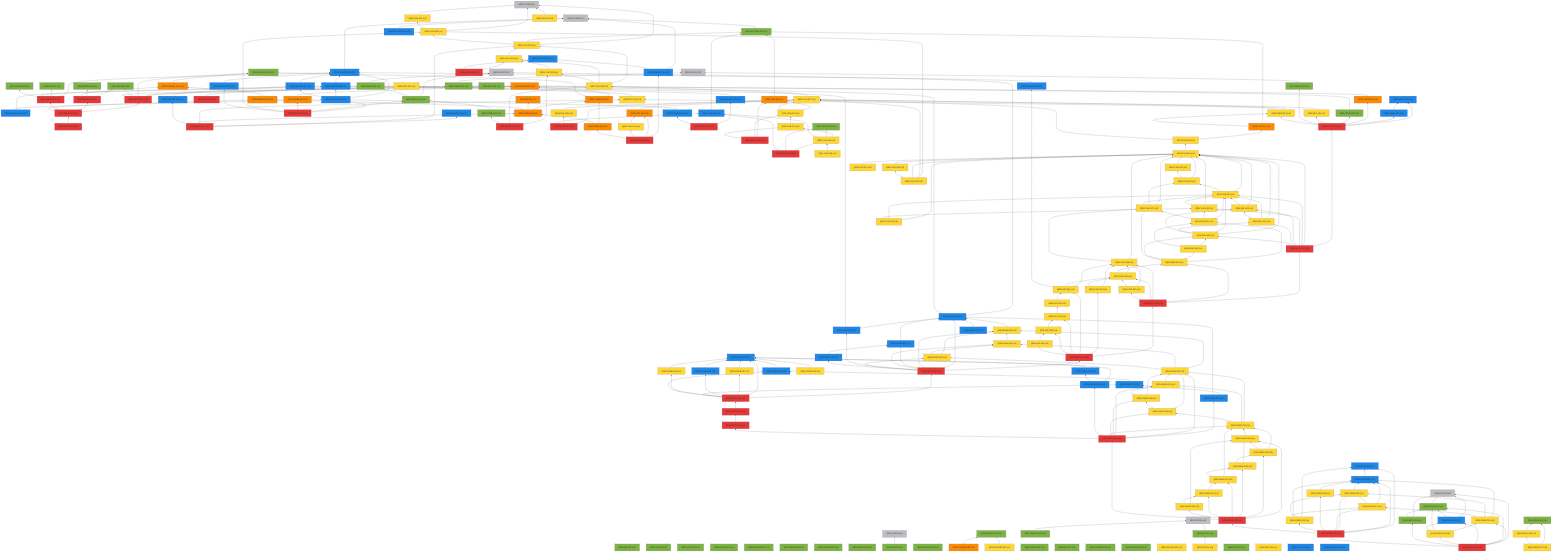
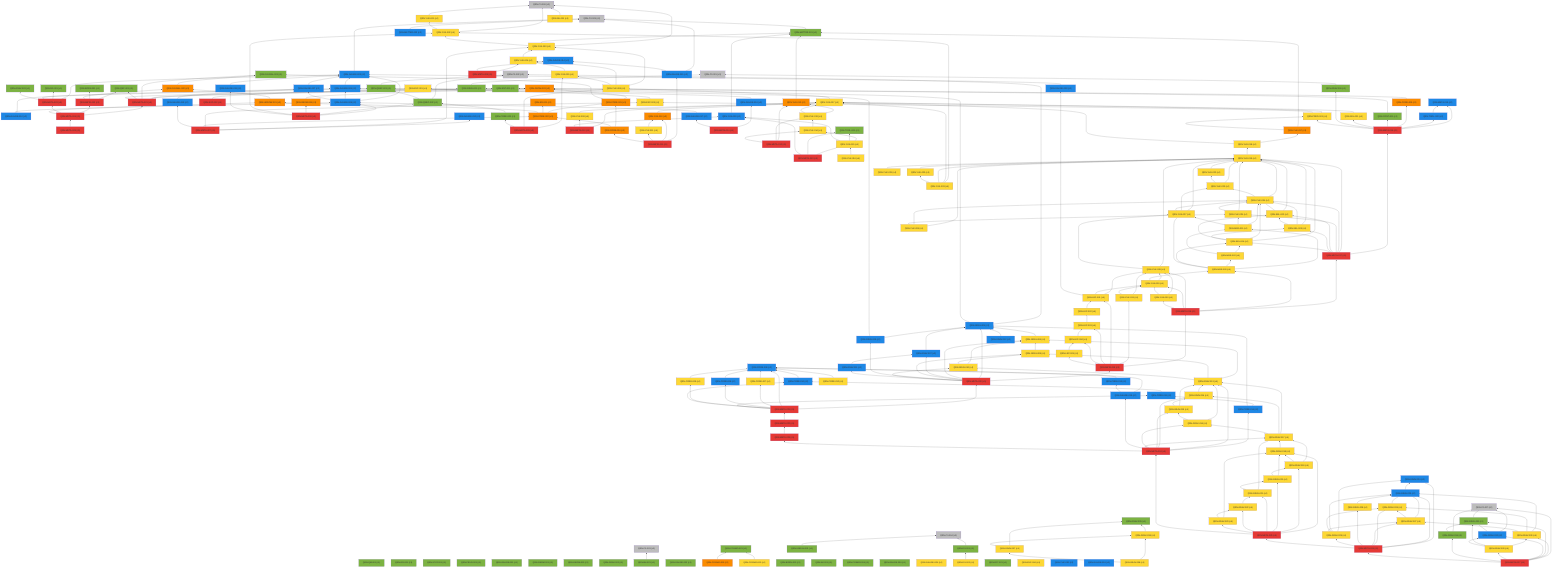
%% 自動生成 (dag/report.pl) — QRN 主張依存グラフ
graph BT
  QRN_C0_001["QRN-C0-001 (c0)"]:::c0
  QRN_C0_002["QRN-C0-002 (c0)"]:::c0
  QRN_C0_003["QRN-C0-003 (c0)"]:::c0
  QRN_C0_004["QRN-C0-004 (c0)"]:::c0
  QRN_C0_005["QRN-C0-005 (c0)"]:::c0
  QRN_C0_006["QRN-C0-006 (c0)"]:::c0
  QRN_QM_001["QRN-QM-001 (c1)"]:::c1
  QRN_GR_001["QRN-GR-001 (c1)"]:::c1
  QRN_STAT_001["QRN-STAT-001 (c1)"]:::c1
  QRN_FIELD_001["QRN-FIELD-001 (c1)"]:::c1
  QRN_GAUGE_001["QRN-GAUGE-001 (c1)"]:::c1
  QRN_ENT_001["QRN-ENT-001 (c1)"]:::c1
  QRN_GEOM_001["QRN-GEOM-001 (c1)"]:::c1
  QRN_GEOM_002["QRN-GEOM-002 (c1)"]:::c1
  QRN_GEOM_003["QRN-GEOM-003 (c3)"]:::c3
  QRN_GRAV_001["QRN-GRAV-001 (c1)"]:::c1
  QRN_GRAV_002["QRN-GRAV-002 (c1)"]:::c1
  QRN_BH_001["QRN-BH-001 (c1)"]:::c1
  QRN_CAUSAL_001["QRN-CAUSAL-001 (c1)"]:::c1
  QRN_CAUSAL_002["QRN-CAUSAL-002 (c3)"]:::c3
  QRN_ER_001["QRN-ER-001 (c3)"]:::c3
  QRN_QEC_001["QRN-QEC-001 (c1)"]:::c1
  QRN_GAUGE_002["QRN-GAUGE-002 (c1)"]:::c1
  QRN_COSMO_001["QRN-COSMO-001 (c1)"]:::c1
  QRN_COSMO_002["QRN-COSMO-002 (c4)"]:::c4
  QRN_COSMO_003["QRN-COSMO-003 (c3)"]:::c3
  QRN_BORN_001["QRN-BORN-001 (c1)"]:::c1
  QRN_BORN_002["QRN-BORN-002 (c1)"]:::c1
  QRN_GRAV_003["QRN-GRAV-003 (c1)"]:::c1
  QRN_KK_001["QRN-KK-001 (c1)"]:::c1
  QRN_MATTER_001["QRN-MATTER-001 (c1)"]:::c1
  QRN_MATTER_002["QRN-MATTER-002 (c2)"]:::c2
  QRN_COSMO_004["QRN-COSMO-004 (c1)"]:::c1
  QRN_EXP_001["QRN-EXP-001 (c4)"]:::c4
  QRN_GAUGE_003["QRN-GAUGE-003 (c2)"]:::c2
  QRN_GAUGE_004["QRN-GAUGE-004 (c1)"]:::c1
  QRN_GAUGE_005["QRN-GAUGE-005 (c4)"]:::c4
  QRN_YUK_001["QRN-YUK-001 (c4)"]:::c4
  QRN_RG_001["QRN-RG-001 (c1)"]:::c1
  QRN_UNRUH_001["QRN-UNRUH-001 (c1)"]:::c1
  QRN_QNEC_001["QRN-QNEC-001 (c1)"]:::c1
  QRN_NU_001["QRN-NU-001 (c4)"]:::c4
  QRN_GAUGE_006["QRN-GAUGE-006 (c2)"]:::c2
  QRN_DS_001["QRN-DS-001 (c1)"]:::c1
  QRN_DS_002["QRN-DS-002 (c4)"]:::c4
  QRN_ARROW_001["QRN-ARROW-001 (c3)"]:::c3
  QRN_GAUGE_007["QRN-GAUGE-007 (c2)"]:::c2
  QRN_EFT_001["QRN-EFT-001 (c1)"]:::c1
  QRN_GAUGE_008["QRN-GAUGE-008 (c2)"]:::c2
  QRN_GAUGE_009["QRN-GAUGE-009 (c2)"]:::c2
  QRN_GAUGE_010["QRN-GAUGE-010 (c2)"]:::c2
  QRN_QNEC_002["QRN-QNEC-002 (c1)"]:::c1
  QRN_GEOM_004["QRN-GEOM-004 (c3)"]:::c3
  QRN_YUK_002["QRN-YUK-002 (c4)"]:::c4
  QRN_EXP_002["QRN-EXP-002 (c5)"]:::c5
  QRN_CORE_001["QRN-CORE-001 (c3)"]:::c3
  QRN_GAUGE_011["QRN-GAUGE-011 (c2)"]:::c2
  QRN_GAUGE_012["QRN-GAUGE-012 (c2)"]:::c2
  QRN_YUK_003["QRN-YUK-003 (c4)"]:::c4
  QRN_EXP_003["QRN-EXP-003 (c4)"]:::c4
  QRN_CORE_002["QRN-CORE-002 (c3)"]:::c3
  QRN_GAUGE_013["QRN-GAUGE-013 (c2)"]:::c2
  QRN_YUK_004["QRN-YUK-004 (c4)"]:::c4
  QRN_GAUGE_014["QRN-GAUGE-014 (c2)"]:::c2
  QRN_META_001["QRN-META-001 (c5)"]:::c5
  QRN_META_002["QRN-META-002 (c5)"]:::c5
  QRN_META_003["QRN-META-003 (c5)"]:::c5
  QRN_META_004["QRN-META-004 (c5)"]:::c5
  QRN_META_005["QRN-META-005 (c5)"]:::c5
  QRN_META_006["QRN-META-006 (c5)"]:::c5
  QRN_META_007["QRN-META-007 (c5)"]:::c5
  QRN_META_008["QRN-META-008 (c5)"]:::c5
  QRN_YUK_005["QRN-YUK-005 (c4)"]:::c4
  QRN_YUK_006["QRN-YUK-006 (c4)"]:::c4
  QRN_CORE_003["QRN-CORE-003 (c1)"]:::c1
  QRN_META_009["QRN-META-009 (c5)"]:::c5
  QRN_YUK_007["QRN-YUK-007 (c4)"]:::c4
  QRN_YUK_008["QRN-YUK-008 (c4)"]:::c4
  QRN_YUK_009["QRN-YUK-009 (c2)"]:::c2
  QRN_META_010["QRN-META-010 (c5)"]:::c5
  QRN_GAUGE_015["QRN-GAUGE-015 (c2)"]:::c2
  QRN_YUK_010["QRN-YUK-010 (c3)"]:::c3
  QRN_YUK_011["QRN-YUK-011 (c4)"]:::c4
  QRN_CORE_004["QRN-CORE-004 (c3)"]:::c3
  QRN_META_011["QRN-META-011 (c5)"]:::c5
  QRN_YUK_012["QRN-YUK-012 (c3)"]:::c3
  QRN_YUK_013["QRN-YUK-013 (c4)"]:::c4
  QRN_YUK_014["QRN-YUK-014 (c4)"]:::c4
  QRN_META_012["QRN-META-012 (c5)"]:::c5
  QRN_TOOL_001["QRN-TOOL-001 (c1)"]:::c1
  QRN_YUK_015["QRN-YUK-015 (c4)"]:::c4
  QRN_META_013["QRN-META-013 (c5)"]:::c5
  QRN_GAUGE_016["QRN-GAUGE-016 (c2)"]:::c2
  QRN_GAUGE_017["QRN-GAUGE-017 (c2)"]:::c2
  QRN_META_014["QRN-META-014 (c5)"]:::c5
  QRN_META_015["QRN-META-015 (c2)"]:::c2
  QRN_TOOL_002["QRN-TOOL-002 (c2)"]:::c2
  QRN_CORE_005["QRN-CORE-005 (c3)"]:::c3
  QRN_CONT_001["QRN-CONT-001 (c1)"]:::c1
  QRN_SEL_001["QRN-SEL-001 (c4)"]:::c4
  QRN_GRAV_004["QRN-GRAV-004 (c1)"]:::c1
  QRN_PRED_001["QRN-PRED-001 (c4)"]:::c4
  QRN_META_016["QRN-META-016 (c5)"]:::c5
  QRN_YUK_016["QRN-YUK-016 (c4)"]:::c4
  QRN_YUK_017["QRN-YUK-017 (c3)"]:::c3
  QRN_YUK_018["QRN-YUK-018 (c4)"]:::c4
  QRN_YUK_019["QRN-YUK-019 (c4)"]:::c4
  QRN_YUK_020["QRN-YUK-020 (c4)"]:::c4
  QRN_YUK_021["QRN-YUK-021 (c4)"]:::c4
  QRN_YUK_022["QRN-YUK-022 (c4)"]:::c4
  QRN_YUK_023["QRN-YUK-023 (c4)"]:::c4
  QRN_YUK_024["QRN-YUK-024 (c4)"]:::c4
  QRN_YUK_025["QRN-YUK-025 (c4)"]:::c4
  QRN_SEL_002["QRN-SEL-002 (c4)"]:::c4
  QRN_SEL_003["QRN-SEL-003 (c4)"]:::c4
  QRN_SEL_004["QRN-SEL-004 (c4)"]:::c4
  QRN_META_017["QRN-META-017 (c5)"]:::c5
  QRN_YUK_026["QRN-YUK-026 (c4)"]:::c4
  QRN_YUK_027["QRN-YUK-027 (c4)"]:::c4
  QRN_MSR_001["QRN-MSR-001 (c4)"]:::c4
  QRN_MSR_002["QRN-MSR-002 (c4)"]:::c4
  QRN_MSR_003["QRN-MSR-003 (c4)"]:::c4
  QRN_YUK_028["QRN-YUK-028 (c4)"]:::c4
  QRN_YUK_029["QRN-YUK-029 (c4)"]:::c4
  QRN_YUK_030["QRN-YUK-030 (c4)"]:::c4
  QRN_META_018["QRN-META-018 (c5)"]:::c5
  QRN_YUK_031["QRN-YUK-031 (c4)"]:::c4
  QRN_LEP_001["QRN-LEP-001 (c4)"]:::c4
  QRN_LEP_002["QRN-LEP-002 (c4)"]:::c4
  QRN_LEP_003["QRN-LEP-003 (c4)"]:::c4
  QRN_LEP_004["QRN-LEP-004 (c4)"]:::c4
  QRN_LEP_005["QRN-LEP-005 (c4)"]:::c4
  QRN_META_019["QRN-META-019 (c5)"]:::c5
  QRN_GRAV_005["QRN-GRAV-005 (c2)"]:::c2
  QRN_GRAV_006["QRN-GRAV-006 (c4)"]:::c4
  QRN_GRAV_007["QRN-GRAV-007 (c2)"]:::c2
  QRN_GRAV_008["QRN-GRAV-008 (c4)"]:::c4
  QRN_GRAV_009["QRN-GRAV-009 (c2)"]:::c2
  QRN_GRAV_010["QRN-GRAV-010 (c4)"]:::c4
  QRN_GRAV_011["QRN-GRAV-011 (c2)"]:::c2
  QRN_META_020["QRN-META-020 (c5)"]:::c5
  QRN_CORE_006["QRN-CORE-006 (c2)"]:::c2
  QRN_CORE_007["QRN-CORE-007 (c4)"]:::c4
  QRN_CORE_008["QRN-CORE-008 (c2)"]:::c2
  QRN_CORE_009["QRN-CORE-009 (c4)"]:::c4
  QRN_CORE_010["QRN-CORE-010 (c2)"]:::c2
  QRN_CORE_011["QRN-CORE-011 (c2)"]:::c2
  QRN_META_021["QRN-META-021 (c5)"]:::c5
  QRN_CORE_012["QRN-CORE-012 (c4)"]:::c4
  QRN_EXP_004["QRN-EXP-004 (c4)"]:::c4
  QRN_CORE_013["QRN-CORE-013 (c2)"]:::c2
  QRN_GRAV_012["QRN-GRAV-012 (c2)"]:::c2
  QRN_YUK_032["QRN-YUK-032 (c2)"]:::c2
  QRN_GAUGE_018["QRN-GAUGE-018 (c2)"]:::c2
  QRN_META_022["QRN-META-022 (c5)"]:::c5
  QRN_META_023["QRN-META-023 (c5)"]:::c5
  QRN_CORE_014["QRN-CORE-014 (c2)"]:::c2
  QRN_GRAV_013["QRN-GRAV-013 (c4)"]:::c4
  QRN_GRAV_014["QRN-GRAV-014 (c4)"]:::c4
  QRN_GRAV_015["QRN-GRAV-015 (c4)"]:::c4
  QRN_GRAV_016["QRN-GRAV-016 (c4)"]:::c4
  QRN_GRAV_017["QRN-GRAV-017 (c4)"]:::c4
  QRN_GAUGE_019["QRN-GAUGE-019 (c2)"]:::c2
  QRN_META_024["QRN-META-024 (c5)"]:::c5
  QRN_GRAV_018["QRN-GRAV-018 (c4)"]:::c4
  QRN_GRAV_019["QRN-GRAV-019 (c4)"]:::c4
  QRN_GRAV_020["QRN-GRAV-020 (c4)"]:::c4
  QRN_GRAV_021["QRN-GRAV-021 (c4)"]:::c4
  QRN_GRAV_022["QRN-GRAV-022 (c4)"]:::c4
  QRN_GRAV_023["QRN-GRAV-023 (c4)"]:::c4
  QRN_META_025["QRN-META-025 (c5)"]:::c5
  QRN_GRAV_024["QRN-GRAV-024 (c2)"]:::c2
  QRN_GRAV_025["QRN-GRAV-025 (c2)"]:::c2
  QRN_GRAV_026["QRN-GRAV-026 (c4)"]:::c4
  QRN_GRAV_027["QRN-GRAV-027 (c4)"]:::c4
  QRN_GRAV_028["QRN-GRAV-028 (c4)"]:::c4
  QRN_GRAV_029["QRN-GRAV-029 (c4)"]:::c4
  QRN_META_026["QRN-META-026 (c5)"]:::c5
  QRN_GRAV_030["QRN-GRAV-030 (c4)"]:::c4
  QRN_C0_007["QRN-C0-007 (c0)"]:::c0
  QRN_GRAV_031["QRN-GRAV-031 (c1)"]:::c1
  QRN_GRAV_032["QRN-GRAV-032 (c2)"]:::c2
  QRN_GRAV_033["QRN-GRAV-033 (c4)"]:::c4
  QRN_GRAV_034["QRN-GRAV-034 (c1)"]:::c1
  QRN_META_027["QRN-META-027 (c5)"]:::c5
  QRN_YUK_033["QRN-YUK-033 (c4)"]:::c4
  QRN_GRAV_035["QRN-GRAV-035 (c1)"]:::c1
  QRN_GRAV_036["QRN-GRAV-036 (c4)"]:::c4
  QRN_GRAV_037["QRN-GRAV-037 (c4)"]:::c4
+   QRN_GRAV_038["QRN-GRAV-038 (c4)"]:::c4
  QRN_GRAV_001 --> QRN_C0_001
  QRN_BH_001 --> QRN_C0_003
  QRN_CAUSAL_002 --> QRN_CAUSAL_001
  QRN_COSMO_002 --> QRN_COSMO_001
  QRN_COSMO_003 --> QRN_COSMO_001
  QRN_MATTER_001 --> QRN_C0_005
  QRN_MATTER_002 --> QRN_C0_005
  QRN_GAUGE_003 --> QRN_C0_005
  QRN_YUK_001 --> QRN_C0_006
  QRN_UNRUH_001 --> QRN_C0_004
  QRN_QNEC_001 --> QRN_C0_002
  QRN_NU_001 --> QRN_C0_006
  QRN_GAUGE_006 --> QRN_GAUGE_003
  QRN_DS_001 --> QRN_C0_004
  QRN_DS_002 --> QRN_DS_001
  QRN_ARROW_001 --> QRN_CAUSAL_002
  QRN_GAUGE_007 --> QRN_GAUGE_003
  QRN_GAUGE_008 --> QRN_GAUGE_003
  QRN_GAUGE_008 --> QRN_GAUGE_006
  QRN_GAUGE_008 --> QRN_GAUGE_007
  QRN_GAUGE_009 --> QRN_GAUGE_003
  QRN_GAUGE_010 --> QRN_GAUGE_006
  QRN_GAUGE_010 --> QRN_GAUGE_008
  QRN_QNEC_002 --> QRN_C0_002
  QRN_QNEC_002 --> QRN_QNEC_001
  QRN_GEOM_004 --> QRN_GEOM_003
  QRN_YUK_002 --> QRN_C0_006
  QRN_YUK_002 --> QRN_YUK_001
  QRN_EXP_002 --> QRN_EXP_001
  QRN_CORE_001 --> QRN_GEOM_003
  QRN_CORE_001 --> QRN_CAUSAL_001
  QRN_GAUGE_011 --> QRN_GAUGE_003
  QRN_YUK_003 --> QRN_C0_006
  QRN_YUK_003 --> QRN_MATTER_001
  QRN_YUK_003 --> QRN_YUK_002
  QRN_EXP_003 --> QRN_EXP_001
  QRN_CORE_002 --> QRN_CORE_001
  QRN_CORE_002 --> QRN_ER_001
  QRN_CORE_002 --> QRN_ARROW_001
  QRN_GAUGE_013 --> QRN_GAUGE_007
  QRN_YUK_004 --> QRN_YUK_003
  QRN_META_001 --> QRN_GEOM_003
  QRN_META_001 --> QRN_GRAV_001
  QRN_META_001 --> QRN_CAUSAL_001
  QRN_META_001 --> QRN_QEC_001
  QRN_META_001 --> QRN_ENT_001
  QRN_META_002 --> QRN_QEC_001
  QRN_META_002 --> QRN_BORN_001
  QRN_META_002 --> QRN_CAUSAL_002
  QRN_META_003 --> QRN_GAUGE_003
  QRN_META_003 --> QRN_RG_001
  QRN_META_003 --> QRN_QNEC_001
  QRN_META_003 --> QRN_GRAV_003
  QRN_META_004 --> QRN_META_001
  QRN_META_004 --> QRN_META_002
  QRN_META_004 --> QRN_META_003
  QRN_META_004 --> QRN_ARROW_001
  QRN_META_005 --> QRN_META_004
  QRN_META_006 --> QRN_GAUGE_008
  QRN_META_006 --> QRN_QNEC_002
  QRN_META_006 --> QRN_GEOM_004
  QRN_META_006 --> QRN_YUK_002
  QRN_META_006 --> QRN_GAUGE_011
  QRN_META_007 --> QRN_GAUGE_012
  QRN_META_007 --> QRN_YUK_003
  QRN_META_007 --> QRN_EXP_003
  QRN_META_007 --> QRN_CORE_002
  QRN_META_007 --> QRN_GAUGE_013
  QRN_META_008 --> QRN_YUK_004
  QRN_META_008 --> QRN_GAUGE_014
  QRN_YUK_005 --> QRN_YUK_004
  QRN_YUK_006 --> QRN_YUK_003
  QRN_YUK_006 --> QRN_YUK_004
  QRN_YUK_006 --> QRN_YUK_005
  QRN_CORE_003 --> QRN_QNEC_002
  QRN_META_009 --> QRN_YUK_005
  QRN_META_009 --> QRN_YUK_006
  QRN_META_009 --> QRN_CORE_003
  QRN_YUK_007 --> QRN_YUK_006
  QRN_YUK_008 --> QRN_YUK_007
  QRN_YUK_009 --> QRN_MATTER_001
  QRN_META_010 --> QRN_YUK_007
  QRN_META_010 --> QRN_YUK_008
  QRN_META_010 --> QRN_YUK_009
  QRN_GAUGE_015 --> QRN_C0_005
  QRN_GAUGE_015 --> QRN_GAUGE_014
  QRN_YUK_010 --> QRN_YUK_007
  QRN_YUK_011 --> QRN_YUK_010
  QRN_CORE_004 --> QRN_CORE_001
  QRN_CORE_004 --> QRN_CORE_002
  QRN_META_011 --> QRN_GAUGE_015
  QRN_META_011 --> QRN_YUK_010
  QRN_META_011 --> QRN_YUK_011
  QRN_META_011 --> QRN_CORE_004
  QRN_YUK_012 --> QRN_MATTER_001
  QRN_YUK_013 --> QRN_YUK_012
  QRN_YUK_013 --> QRN_YUK_007
  QRN_YUK_014 --> QRN_YUK_013
  QRN_META_012 --> QRN_YUK_012
  QRN_META_012 --> QRN_YUK_013
  QRN_META_012 --> QRN_YUK_014
  QRN_YUK_015 --> QRN_YUK_014
  QRN_YUK_015 --> QRN_TOOL_001
  QRN_YUK_015 --> QRN_YUK_009
  QRN_META_013 --> QRN_YUK_015
  QRN_META_013 --> QRN_TOOL_001
  QRN_META_013 --> QRN_YUK_009
  QRN_GAUGE_016 --> QRN_GAUGE_006
  QRN_GAUGE_017 --> QRN_GAUGE_008
  QRN_META_014 --> QRN_GAUGE_016
  QRN_META_014 --> QRN_GAUGE_017
  QRN_TOOL_002 --> QRN_META_015
  QRN_CORE_005 --> QRN_GEOM_003
  QRN_CONT_001 --> QRN_ENT_001
  QRN_SEL_001 --> QRN_YUK_007
  QRN_GRAV_004 --> QRN_C0_001
  QRN_PRED_001 --> QRN_YUK_007
  QRN_PRED_001 --> QRN_EXP_003
  QRN_META_016 --> QRN_META_015
  QRN_META_016 --> QRN_TOOL_002
  QRN_META_016 --> QRN_CORE_005
  QRN_META_016 --> QRN_CONT_001
  QRN_META_016 --> QRN_SEL_001
  QRN_META_016 --> QRN_GRAV_004
  QRN_META_016 --> QRN_PRED_001
  QRN_YUK_016 --> QRN_YUK_015
  QRN_YUK_017 --> QRN_MATTER_001
  QRN_YUK_017 --> QRN_PRED_001
  QRN_YUK_018 --> QRN_YUK_017
  QRN_YUK_018 --> QRN_YUK_007
  QRN_YUK_019 --> QRN_YUK_018
  QRN_YUK_020 --> QRN_YUK_019
  QRN_YUK_021 --> QRN_YUK_019
  QRN_YUK_022 --> QRN_YUK_019
  QRN_YUK_023 --> QRN_YUK_019
  QRN_YUK_023 --> QRN_YUK_022
  QRN_YUK_024 --> QRN_YUK_019
  QRN_YUK_024 --> QRN_YUK_023
  QRN_YUK_025 --> QRN_YUK_019
  QRN_YUK_025 --> QRN_YUK_024
  QRN_SEL_002 --> QRN_YUK_019
  QRN_SEL_002 --> QRN_YUK_024
  QRN_SEL_003 --> QRN_YUK_019
  QRN_SEL_003 --> QRN_YUK_024
  QRN_SEL_003 --> QRN_SEL_002
  QRN_SEL_004 --> QRN_YUK_019
  QRN_SEL_004 --> QRN_YUK_024
  QRN_SEL_004 --> QRN_SEL_002
  QRN_SEL_004 --> QRN_SEL_003
  QRN_META_017 --> QRN_META_016
  QRN_META_017 --> QRN_YUK_019
  QRN_META_017 --> QRN_YUK_024
  QRN_META_017 --> QRN_YUK_025
  QRN_META_017 --> QRN_SEL_002
  QRN_META_017 --> QRN_SEL_003
  QRN_META_017 --> QRN_SEL_004
  QRN_YUK_026 --> QRN_YUK_019
  QRN_YUK_026 --> QRN_YUK_024
  QRN_YUK_026 --> QRN_YUK_025
  QRN_YUK_027 --> QRN_YUK_019
  QRN_YUK_027 --> QRN_YUK_023
  QRN_YUK_027 --> QRN_YUK_024
  QRN_MSR_001 --> QRN_YUK_024
  QRN_MSR_001 --> QRN_YUK_025
  QRN_MSR_001 --> QRN_YUK_027
  QRN_MSR_002 --> QRN_SEL_004
  QRN_MSR_002 --> QRN_MSR_001
  QRN_MSR_003 --> QRN_MSR_001
  QRN_MSR_003 --> QRN_MSR_002
  QRN_MSR_003 --> QRN_SEL_004
  QRN_MSR_003 --> QRN_YUK_027
  QRN_YUK_028 --> QRN_YUK_019
  QRN_YUK_028 --> QRN_YUK_027
  QRN_YUK_029 --> QRN_YUK_028
  QRN_YUK_029 --> QRN_MSR_003
  QRN_YUK_030 --> QRN_YUK_028
  QRN_YUK_030 --> QRN_YUK_029
  QRN_META_018 --> QRN_META_017
  QRN_META_018 --> QRN_MSR_003
  QRN_META_018 --> QRN_YUK_028
  QRN_META_018 --> QRN_YUK_029
  QRN_META_018 --> QRN_YUK_030
  QRN_YUK_031 --> QRN_YUK_028
  QRN_YUK_031 --> QRN_YUK_029
  QRN_LEP_001 --> QRN_YUK_028
  QRN_LEP_001 --> QRN_YUK_029
  QRN_LEP_001 --> QRN_GAUGE_009
  QRN_LEP_002 --> QRN_LEP_001
  QRN_LEP_003 --> QRN_LEP_002
  QRN_LEP_004 --> QRN_LEP_003
  QRN_LEP_005 --> QRN_LEP_004
  QRN_META_019 --> QRN_META_018
  QRN_META_019 --> QRN_YUK_031
  QRN_META_019 --> QRN_LEP_001
  QRN_META_019 --> QRN_LEP_003
  QRN_META_019 --> QRN_LEP_004
  QRN_META_019 --> QRN_LEP_005
  QRN_GRAV_005 --> QRN_C0_002
  QRN_GRAV_005 --> QRN_GRAV_001
  QRN_GRAV_006 --> QRN_GRAV_005
  QRN_GRAV_007 --> QRN_GRAV_005
  QRN_GRAV_008 --> QRN_GRAV_006
  QRN_GRAV_009 --> QRN_GRAV_005
  QRN_GRAV_009 --> QRN_QNEC_001
  QRN_GRAV_010 --> QRN_GRAV_006
  QRN_GRAV_010 --> QRN_GRAV_008
  QRN_GRAV_011 --> QRN_GRAV_007
  QRN_META_020 --> QRN_META_019
  QRN_META_020 --> QRN_GRAV_005
  QRN_META_020 --> QRN_GRAV_006
  QRN_META_020 --> QRN_GRAV_007
  QRN_META_020 --> QRN_GRAV_008
  QRN_META_020 --> QRN_GRAV_009
  QRN_META_020 --> QRN_GRAV_010
  QRN_META_020 --> QRN_GRAV_011
  QRN_CORE_007 --> QRN_CORE_006
  QRN_CORE_008 --> QRN_CORE_006
  QRN_CORE_009 --> QRN_CORE_006
  QRN_CORE_010 --> QRN_CORE_006
  QRN_CORE_011 --> QRN_CORE_010
  QRN_META_021 --> QRN_META_020
  QRN_META_021 --> QRN_CORE_006
  QRN_META_021 --> QRN_CORE_007
  QRN_META_021 --> QRN_CORE_008
  QRN_META_021 --> QRN_CORE_009
  QRN_META_021 --> QRN_CORE_010
  QRN_META_021 --> QRN_CORE_011
  QRN_CORE_012 --> QRN_CORE_006
  QRN_CORE_013 --> QRN_CORE_006
  QRN_GRAV_012 --> QRN_GRAV_005
  QRN_META_022 --> QRN_META_021
  QRN_META_023 --> QRN_META_022
  QRN_CORE_014 --> QRN_CORE_011
  QRN_CORE_014 --> QRN_GRAV_005
  QRN_GRAV_013 --> QRN_GRAV_006
  QRN_GRAV_013 --> QRN_GRAV_008
  QRN_GRAV_013 --> QRN_GRAV_010
  QRN_GRAV_014 --> QRN_GRAV_013
  QRN_GRAV_015 --> QRN_GRAV_013
  QRN_GRAV_015 --> QRN_GRAV_014
  QRN_GRAV_016 --> QRN_GRAV_013
  QRN_GRAV_016 --> QRN_GRAV_015
  QRN_GRAV_017 --> QRN_GRAV_013
  QRN_GRAV_017 --> QRN_GRAV_014
  QRN_GRAV_017 --> QRN_GRAV_016
  QRN_GAUGE_019 --> QRN_CORE_006
  QRN_GAUGE_019 --> QRN_CORE_013
  QRN_META_024 --> QRN_CORE_014
  QRN_META_024 --> QRN_GRAV_013
  QRN_META_024 --> QRN_GRAV_014
  QRN_META_024 --> QRN_GRAV_015
  QRN_META_024 --> QRN_GRAV_016
  QRN_META_024 --> QRN_GRAV_017
  QRN_META_024 --> QRN_GAUGE_019
  QRN_META_024 --> QRN_META_023
  QRN_GRAV_018 --> QRN_GRAV_017
  QRN_GRAV_019 --> QRN_GRAV_017
  QRN_GRAV_019 --> QRN_GRAV_018
  QRN_GRAV_020 --> QRN_GRAV_018
  QRN_GRAV_020 --> QRN_GRAV_019
  QRN_GRAV_021 --> QRN_GRAV_017
  QRN_GRAV_021 --> QRN_GRAV_020
  QRN_GRAV_022 --> QRN_GRAV_021
  QRN_GRAV_023 --> QRN_GRAV_018
  QRN_GRAV_023 --> QRN_GRAV_022
  QRN_META_025 --> QRN_GRAV_018
  QRN_META_025 --> QRN_GRAV_019
  QRN_META_025 --> QRN_GRAV_020
  QRN_META_025 --> QRN_GRAV_021
  QRN_META_025 --> QRN_GRAV_022
  QRN_META_025 --> QRN_GRAV_023
  QRN_META_025 --> QRN_META_024
  QRN_GRAV_025 --> QRN_GRAV_024
  QRN_GRAV_026 --> QRN_GRAV_025
  QRN_GRAV_027 --> QRN_GRAV_025
  QRN_GRAV_027 --> QRN_GRAV_026
  QRN_GRAV_028 --> QRN_GRAV_025
  QRN_GRAV_029 --> QRN_GRAV_024
  QRN_GRAV_029 --> QRN_GRAV_025
  QRN_GRAV_029 --> QRN_GRAV_026
  QRN_GRAV_029 --> QRN_GRAV_027
  QRN_META_026 --> QRN_GRAV_024
  QRN_META_026 --> QRN_GRAV_025
  QRN_META_026 --> QRN_GRAV_026
  QRN_META_026 --> QRN_GRAV_027
  QRN_META_026 --> QRN_GRAV_028
  QRN_META_026 --> QRN_GRAV_029
  QRN_META_026 --> QRN_META_025
  QRN_GRAV_030 --> QRN_GRAV_025
  QRN_GRAV_030 --> QRN_GRAV_026
  QRN_GRAV_030 --> QRN_GRAV_027
  QRN_GRAV_031 --> QRN_C0_007
  QRN_GRAV_032 --> QRN_C0_007
  QRN_GRAV_032 --> QRN_GRAV_031
  QRN_GRAV_033 --> QRN_GRAV_030
  QRN_GRAV_033 --> QRN_GRAV_031
  QRN_GRAV_033 --> QRN_GRAV_032
  QRN_GRAV_034 --> QRN_C0_007
  QRN_GRAV_034 --> QRN_GRAV_031
  QRN_META_027 --> QRN_C0_007
  QRN_META_027 --> QRN_GRAV_030
  QRN_META_027 --> QRN_GRAV_031
  QRN_META_027 --> QRN_GRAV_032
  QRN_META_027 --> QRN_GRAV_033
  QRN_META_027 --> QRN_GRAV_034
  QRN_META_027 --> QRN_META_026
  QRN_YUK_033 --> QRN_YUK_002
  QRN_YUK_033 --> QRN_YUK_007
  QRN_YUK_033 --> QRN_YUK_019
  QRN_YUK_033 --> QRN_YUK_020
  QRN_GRAV_036 --> QRN_GRAV_035
  QRN_GRAV_037 --> QRN_GRAV_035
  QRN_GRAV_037 --> QRN_GRAV_036
+   QRN_GRAV_038 --> QRN_GRAV_036
+   QRN_GRAV_038 --> QRN_GRAV_037
  classDef c0 fill:#bdbdbd
  classDef c1 fill:#7cb342
  classDef c2 fill:#1e88e5
  classDef c3 fill:#fb8c00
  classDef c4 fill:#fdd835
  classDef c5 fill:#e53935
